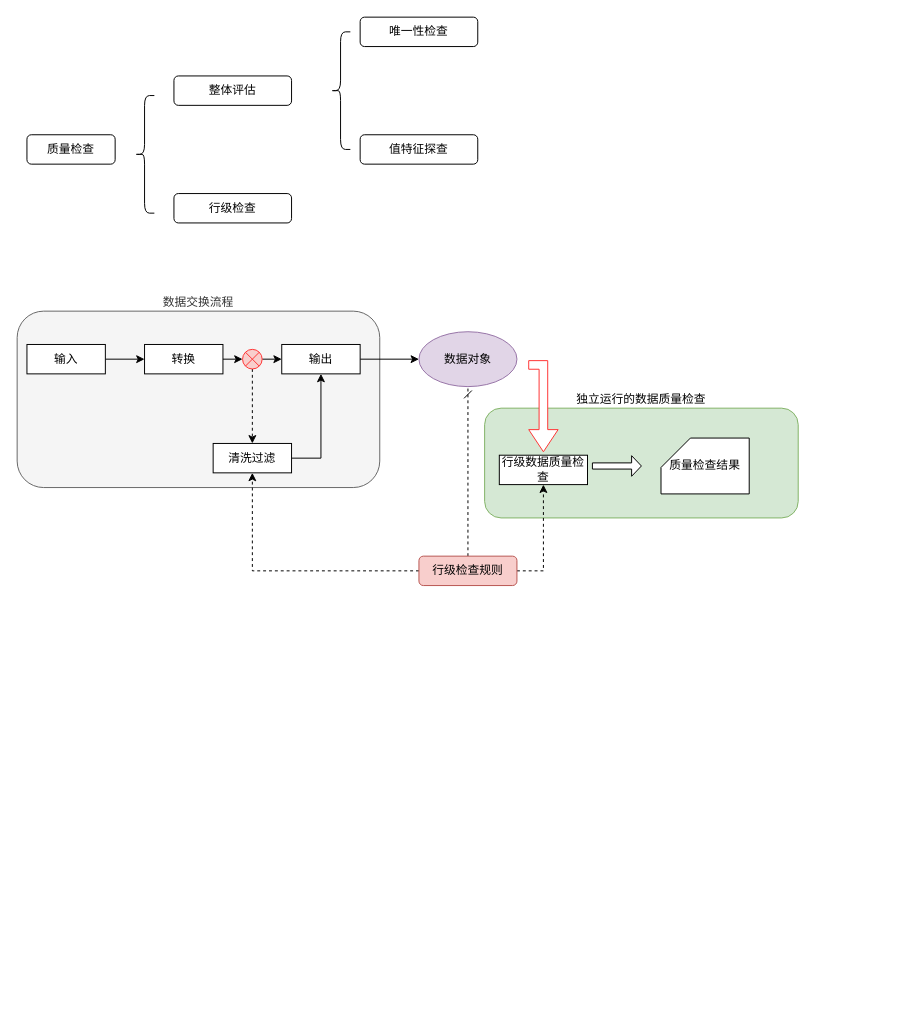
Before: page "Page-1" (1 of 2) of 数据质量.drawio in JefferNew/data2wisdom, a draw.io diagram. Source tidied: cells renumbered, new cells numbered last; positions are measured from the earlier drawing's top-left corner, leaving out a move shared by most shapes. Both pictures are drawn from the tidied source at 98%, with x=0, y=0 at pixel (17, 17).
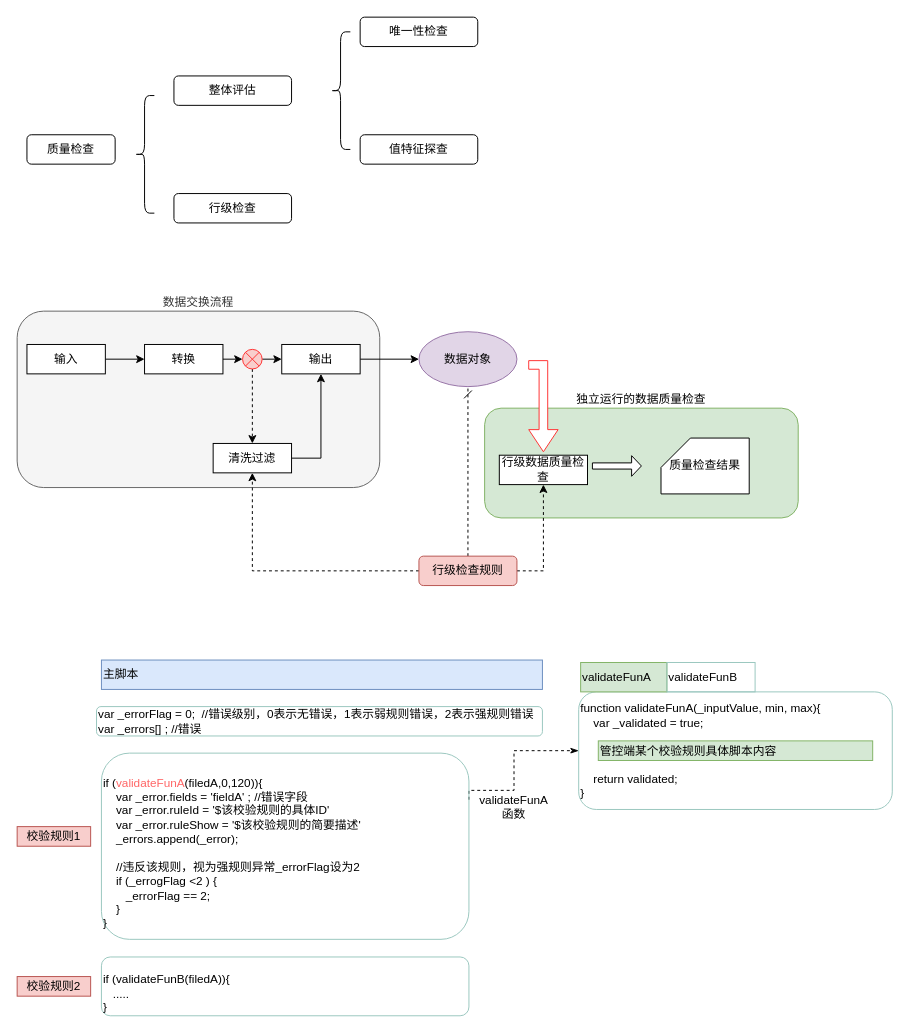
The same page after the edit.

What changed in the source:
```diff
@@
+    <mxCell id="31" value="function validateFunA(_inputValue, min, max){&lt;br&gt;&amp;nbsp; &amp;nbsp; var _validated = true;&lt;br&gt;&lt;br&gt;&lt;br&gt;&lt;br&gt;&amp;nbsp; &amp;nbsp; return validated;&amp;nbsp;&lt;br&gt;}" style="rounded=1;whiteSpace=wrap;html=1;strokeColor=#9AC7BF;fillColor=none;align=left;" parent="1" vertex="1">
+      <mxGeometry x="573" y="688.5" width="320" height="120" as="geometry" />
+    </mxCell>
+    <mxCell id="32" value="管控端某个校验规则具体脚本内容" style="rounded=0;whiteSpace=wrap;html=1;strokeColor=#82b366;fillColor=#d5e8d4;align=left;" parent="1" vertex="1">
+      <mxGeometry x="593" y="738.5" width="280" height="20" as="geometry" />
+    </mxCell>
+    <mxCell id="33" value="validateFunA" style="rounded=0;whiteSpace=wrap;html=1;strokeColor=#82b366;fillColor=#d5e8d4;align=left;" parent="1" vertex="1">
+      <mxGeometry x="575" y="658.5" width="88" height="30" as="geometry" />
+    </mxCell>
+    <mxCell id="34" value="validateFunB" style="rounded=0;whiteSpace=wrap;html=1;strokeColor=#9AC7BF;fillColor=none;align=left;" parent="1" vertex="1">
+      <mxGeometry x="663" y="658.5" width="90" height="30" as="geometry" />
+    </mxCell>
+    <mxCell id="35" style="edgeStyle=orthogonalEdgeStyle;rounded=0;jettySize=auto;html=1;exitX=1;exitY=0.25;exitDx=0;exitDy=0;entryX=0;entryY=0.5;entryDx=0;entryDy=0;dashed=1;endArrow=classicThin;endFill=1;" parent="1" edge="1" source="36" target="31">
+      <mxGeometry relative="1" as="geometry">
+        <Array as="points">
+          <mxPoint x="461" y="789" />
+          <mxPoint x="507" y="789" />
+          <mxPoint x="507" y="749" />
+        </Array>
+      </mxGeometry>
+    </mxCell>
+    <mxCell id="36" value="&lt;br&gt;if (&lt;font color=&quot;#ff6666&quot;&gt;validateFunA&lt;/font&gt;(filedA,0,120)){&lt;br&gt;&amp;nbsp; &amp;nbsp; var _error.fields = 'fieldA' ; //错误字段&lt;br&gt;&amp;nbsp; &amp;nbsp; var _error.ruleId = '$该校验规则的具体ID'&lt;br&gt;&amp;nbsp; &amp;nbsp; var _error.ruleShow = '$该校验规则的简要描述'&lt;br&gt;&amp;nbsp; &amp;nbsp; _errors.append(_error);&lt;br&gt;&amp;nbsp; &amp;nbsp;&amp;nbsp;&lt;br&gt;&amp;nbsp; &amp;nbsp; //违反该规则，视为强规则异常_errorFlag设为2&lt;br&gt;&amp;nbsp; &amp;nbsp; if (_errogFlag &amp;lt;2 ) {&lt;br&gt;&amp;nbsp; &amp;nbsp; &amp;nbsp; &amp;nbsp;_errorFlag == 2;&lt;br&gt;&amp;nbsp; &amp;nbsp; }&lt;br&gt;}" style="rounded=1;whiteSpace=wrap;html=1;strokeColor=#9AC7BF;fillColor=none;align=left;" parent="1" vertex="1">
+      <mxGeometry x="86" y="751" width="375" height="190" as="geometry" />
+    </mxCell>
+    <mxCell id="37" value="var _errorFlag = 0;&amp;nbsp; //错误级别，0表示无错误，1表示弱规则错误，2表示强规则错误&lt;br&gt;var _errors[] ; //错误" style="rounded=1;whiteSpace=wrap;html=1;strokeColor=#9AC7BF;fillColor=none;align=left;" parent="1" vertex="1">
+      <mxGeometry x="81" y="703.5" width="455" height="30" as="geometry" />
+    </mxCell>
+    <mxCell id="38" value="&lt;br&gt;if (validateFunB(filedA)){&lt;br&gt;&amp;nbsp; &amp;nbsp;.....&lt;br&gt;}" style="rounded=1;whiteSpace=wrap;html=1;strokeColor=#9AC7BF;fillColor=none;align=left;" parent="1" vertex="1">
+      <mxGeometry x="86" y="959" width="375" height="60" as="geometry" />
+    </mxCell>
+    <mxCell id="39" value="主脚本" style="rounded=0;whiteSpace=wrap;html=1;strokeColor=#6c8ebf;fillColor=#dae8fc;align=left;" parent="1" vertex="1">
+      <mxGeometry x="86" y="656" width="450" height="30" as="geometry" />
+    </mxCell>
+    <mxCell id="40" value="&lt;span style=&quot;text-align: left&quot;&gt;validateFunA函数&lt;/span&gt;" style="text;html=1;strokeColor=none;fillColor=none;align=center;verticalAlign=middle;whiteSpace=wrap;rounded=0;" parent="1" vertex="1">
+      <mxGeometry x="487" y="796" width="40" height="20" as="geometry" />
+    </mxCell>
+    <mxCell id="41" value="校验规则1" style="text;html=1;strokeColor=#b85450;fillColor=#f8cecc;align=center;verticalAlign=middle;whiteSpace=wrap;rounded=0;" parent="1" vertex="1">
+      <mxGeometry y="826" width="75" height="20" as="geometry" />
+    </mxCell>
+    <mxCell id="42" value="校验规则2" style="text;html=1;strokeColor=#b85450;fillColor=#f8cecc;align=center;verticalAlign=middle;whiteSpace=wrap;rounded=0;" parent="1" vertex="1">
+      <mxGeometry y="979" width="75" height="20" as="geometry" />
+    </mxCell>
```
